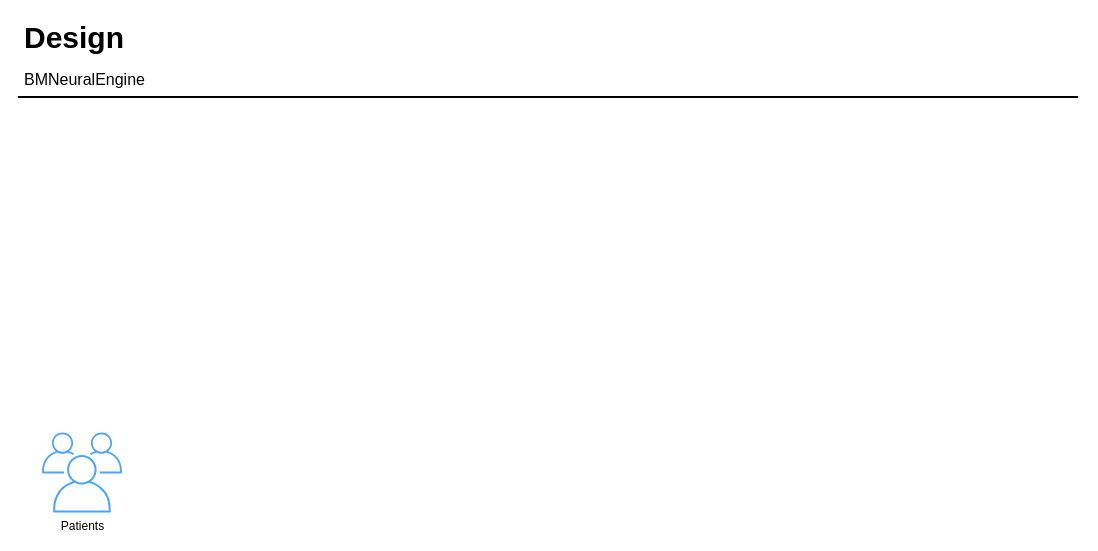
Above: src/Untitled Diagram.drawio in OofNSquared/BMNeuralEngine (draw.io), before the change. Source tidied: cells renumbered, new cells numbered last; positions are measured from the earlier drawing's top-left corner, leaving out a move shared by most shapes. Both pictures are drawn from the tidied source at 100%, with x=0, y=0 at pixel (17, 16).
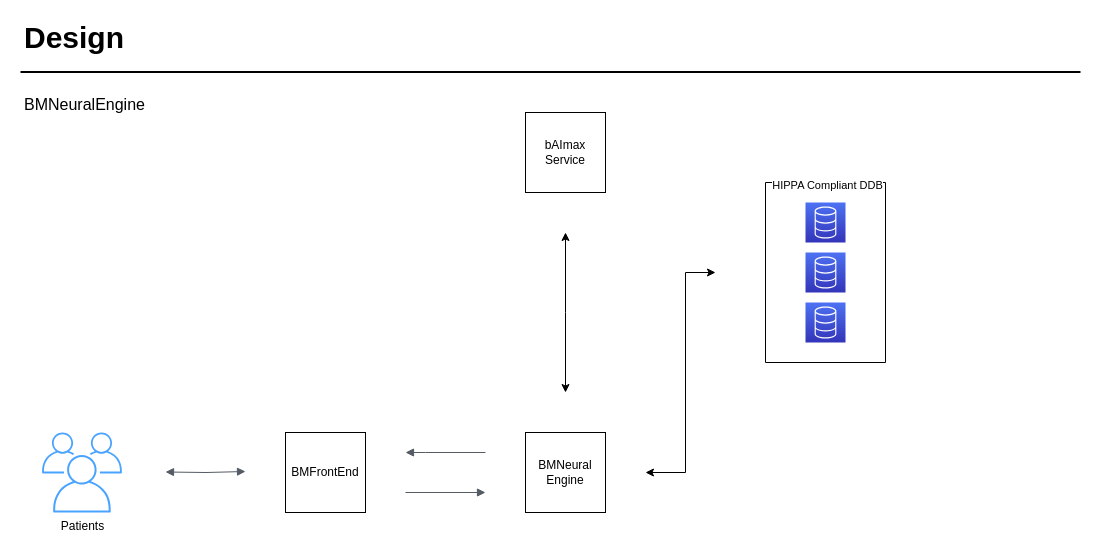
The same diagram, later.

Commit message:
Wroking on Design doc

The edit, as a diff of the source:
```diff
@@
     <mxCell id="3" value="BMNeuralEngine" style="text;html=1;align=left;verticalAlign=top;spacingTop=-4;fontSize=16;" parent="1" vertex="1">
-      <mxGeometry x="4.5" y="50.5" width="150" height="30" as="geometry" />
+      <mxGeometry x="4.5" y="76" width="150" height="30" as="geometry" />
     </mxCell>
     <mxCell id="4" style="line;strokeWidth=2;html=1;fontSize=14;" parent="1" vertex="1">
-      <mxGeometry x="0.5" y="75.5" width="1060" height="10" as="geometry" />
+      <mxGeometry x="3" y="50.5" width="1060" height="10" as="geometry" />
     </mxCell>
@@
+    <mxCell id="6" style="edgeStyle=orthogonalEdgeStyle;html=1;endArrow=block;elbow=vertical;startArrow=block;startFill=1;endFill=1;strokeColor=#545B64;rounded=0;" parent="1" edge="1">
+      <mxGeometry relative="1" as="geometry">
+        <mxPoint x="148" y="455.5" as="sourcePoint" />
+        <mxPoint x="228" y="455" as="targetPoint" />
+      </mxGeometry>
+    </mxCell>
+    <mxCell id="7" value="BMFrontEnd" style="whiteSpace=wrap;html=1;" parent="1" vertex="1">
+      <mxGeometry x="268" y="416" width="80" height="80" as="geometry" />
+    </mxCell>
+    <mxCell id="8" style="edgeStyle=orthogonalEdgeStyle;html=1;endArrow=block;elbow=vertical;startArrow=none;endFill=1;strokeColor=#545B64;rounded=0;" parent="1" edge="1">
+      <mxGeometry relative="1" as="geometry">
+        <mxPoint x="388" y="476" as="sourcePoint" />
+        <mxPoint x="468" y="476" as="targetPoint" />
+      </mxGeometry>
+    </mxCell>
+    <mxCell id="9" value="BMNeural Engine" style="whiteSpace=wrap;html=1;" parent="1" vertex="1">
+      <mxGeometry x="508" y="416" width="80" height="80" as="geometry" />
+    </mxCell>
+    <mxCell id="10" style="edgeStyle=orthogonalEdgeStyle;html=1;endArrow=none;elbow=vertical;startArrow=block;startFill=1;strokeColor=#545B64;rounded=0;" parent="1" edge="1">
+      <mxGeometry relative="1" as="geometry">
+        <mxPoint x="388" y="436" as="sourcePoint" />
+        <mxPoint x="468" y="436" as="targetPoint" />
+        <Array as="points">
+          <mxPoint x="408" y="436" />
+          <mxPoint x="408" y="436" />
+        </Array>
+      </mxGeometry>
+    </mxCell>
+    <mxCell id="11" style="sketch=0;fontColor=#232F3E;gradientColor=#4D72F3;gradientDirection=north;fillColor=#3334B9;strokeColor=#ffffff;dashed=0;verticalLabelPosition=bottom;verticalAlign=top;align=center;html=1;fontSize=12;fontStyle=0;shape=mxgraph.aws4.resourceIcon;resIcon=mxgraph.aws4.database;" parent="1" vertex="1">
+      <mxGeometry x="788" y="186" width="40" height="40" as="geometry" />
+    </mxCell>
+    <mxCell id="12" style="sketch=0;fontColor=#232F3E;gradientColor=#4D72F3;gradientDirection=north;fillColor=#3334B9;strokeColor=#ffffff;dashed=0;verticalLabelPosition=bottom;verticalAlign=top;align=center;html=1;fontSize=12;fontStyle=0;shape=mxgraph.aws4.resourceIcon;resIcon=mxgraph.aws4.database;" parent="1" vertex="1">
+      <mxGeometry x="788" y="236" width="40" height="40" as="geometry" />
+    </mxCell>
+    <mxCell id="13" style="sketch=0;fontColor=#232F3E;gradientColor=#4D72F3;gradientDirection=north;fillColor=#3334B9;strokeColor=#ffffff;dashed=0;verticalLabelPosition=bottom;verticalAlign=top;align=center;html=1;fontSize=12;fontStyle=0;shape=mxgraph.aws4.resourceIcon;resIcon=mxgraph.aws4.database;" parent="1" vertex="1">
+      <mxGeometry x="788" y="286" width="40" height="40" as="geometry" />
+    </mxCell>
+    <mxCell id="14" style="endArrow=none;html=1;rounded=0;" parent="1" edge="1">
+      <mxGeometry relative="1" as="geometry">
+        <mxPoint x="748" y="346" as="sourcePoint" />
+        <mxPoint x="868" y="166" as="targetPoint" />
+        <Array as="points">
+          <mxPoint x="868" y="346" />
+        </Array>
+      </mxGeometry>
+    </mxCell>
+    <mxCell id="15" style="endArrow=none;html=1;rounded=0;" parent="1" edge="1">
+      <mxGeometry relative="1" as="geometry">
+        <mxPoint x="748" y="346" as="sourcePoint" />
+        <mxPoint x="868" y="166" as="targetPoint" />
+        <Array as="points">
+          <mxPoint x="748" y="166" />
+        </Array>
+      </mxGeometry>
+    </mxCell>
+    <mxCell id="16" value="HIPPA Compliant DDB" style="edgeLabel;html=1;align=center;verticalAlign=middle;" parent="15" vertex="1">
+      <mxGeometry x="0.62" y="-2" relative="1" as="geometry">
+        <mxPoint x="-2" as="offset" />
+      </mxGeometry>
+    </mxCell>
+    <mxCell id="17" style="endArrow=classic;startArrow=classic;html=1;rounded=0;" parent="1" edge="1">
+      <mxGeometry relative="1" as="geometry">
+        <mxPoint x="628" y="456" as="sourcePoint" />
+        <mxPoint x="698" y="256" as="targetPoint" />
+        <Array as="points">
+          <mxPoint x="668" y="456" />
+          <mxPoint x="668" y="256" />
+        </Array>
+      </mxGeometry>
+    </mxCell>
+    <mxCell id="18" style="endArrow=classic;startArrow=classic;html=1;rounded=0;" parent="1" edge="1">
+      <mxGeometry relative="1" as="geometry">
+        <mxPoint x="548" y="376" as="sourcePoint" />
+        <mxPoint x="548" y="216" as="targetPoint" />
+        <Array as="points">
+          <mxPoint x="548" y="296" />
+        </Array>
+      </mxGeometry>
+    </mxCell>
+    <mxCell id="19" value="&lt;div&gt;bAImax&lt;/div&gt;&lt;div&gt;Service&lt;/div&gt;" style="whiteSpace=wrap;html=1;" parent="1" vertex="1">
+      <mxGeometry x="508" y="96" width="80" height="80" as="geometry" />
+    </mxCell>
```
